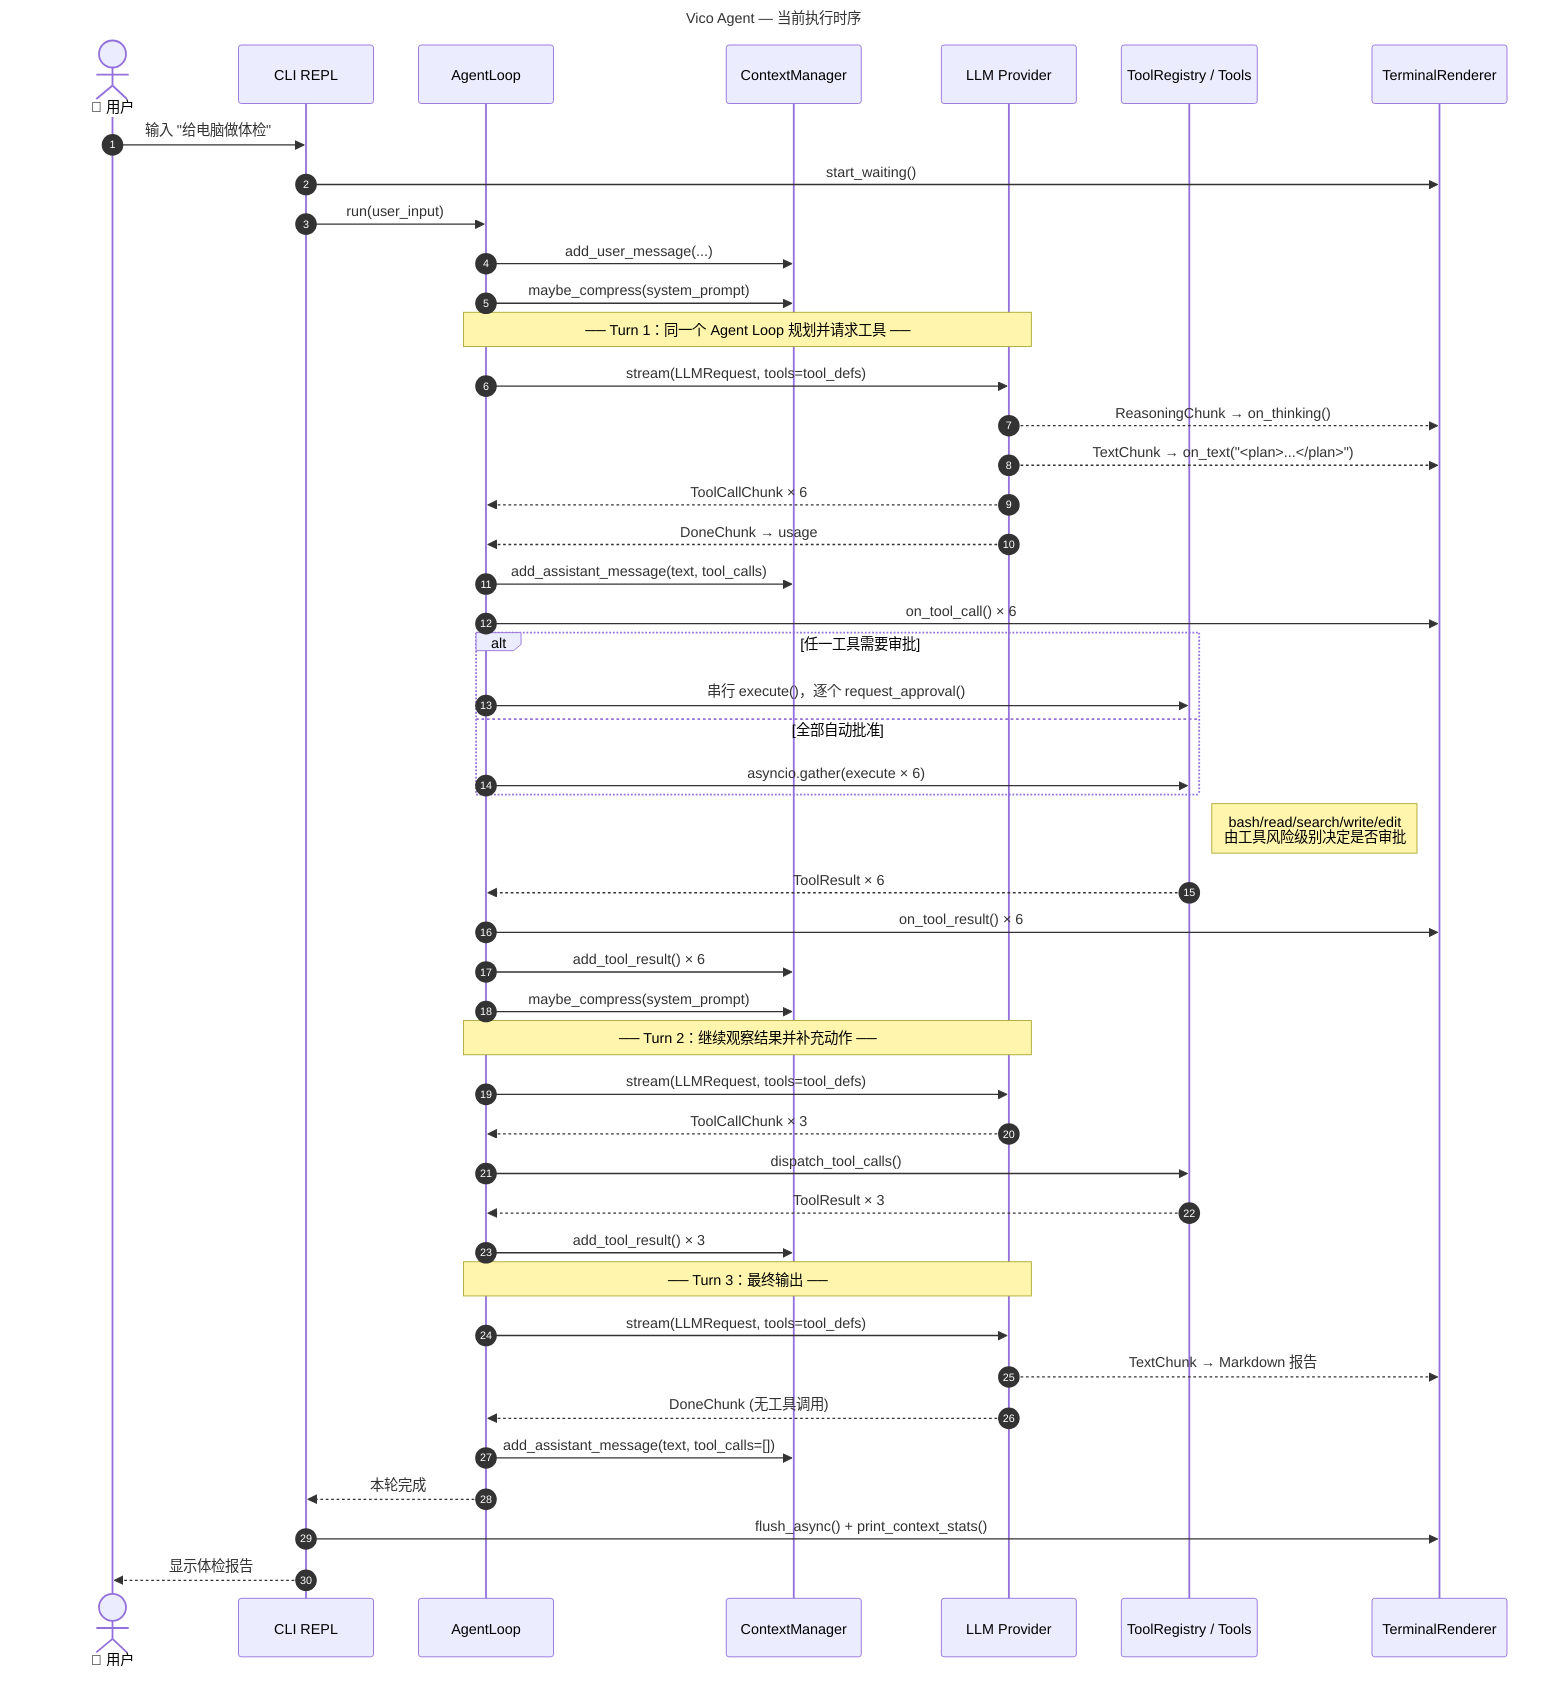
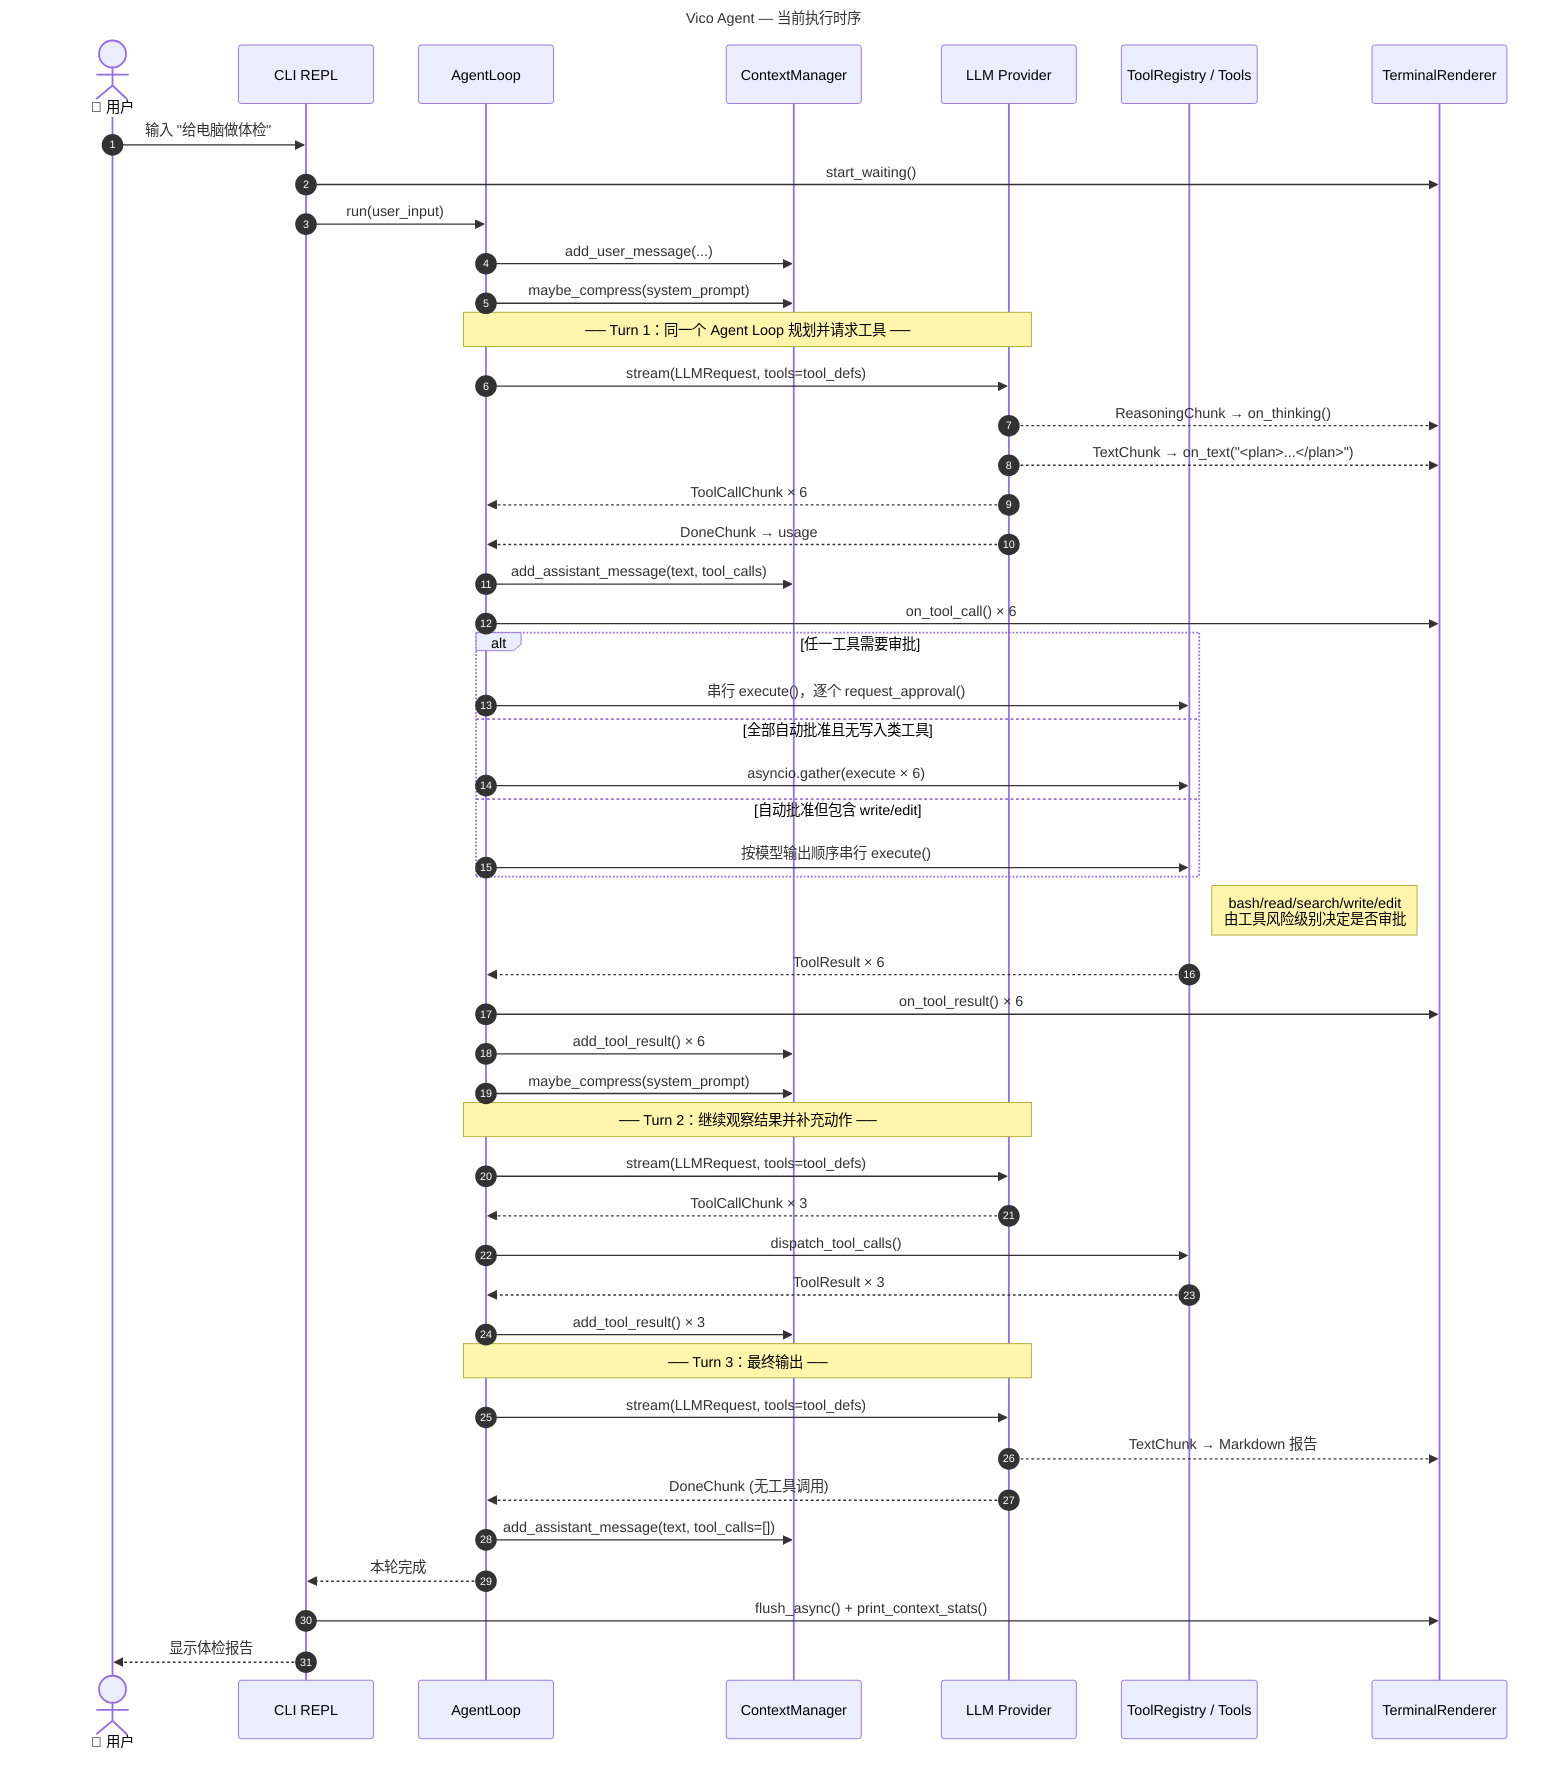
---
title: "Vico Agent — 当前执行时序"
---
sequenceDiagram
    autonumber

    actor U as 👤 用户
    participant REPL as CLI REPL
    participant AL as AgentLoop
    participant CTX as ContextManager
    participant LLM as LLM Provider
    participant TK as ToolRegistry / Tools
    participant UI as TerminalRenderer

    U->>REPL: 输入 "给电脑做体检"
    REPL->>UI: start_waiting()
    REPL->>AL: run(user_input)
    AL->>CTX: add_user_message(...)
    AL->>CTX: maybe_compress(system_prompt)

    Note over AL,LLM: ── Turn 1：同一个 Agent Loop 规划并请求工具 ──

    AL->>LLM: stream(LLMRequest, tools=tool_defs)
    LLM-->>UI: ReasoningChunk → on_thinking()
    LLM-->>UI: TextChunk → on_text("<plan>...</plan>")
    LLM-->>AL: ToolCallChunk × 6
    LLM-->>AL: DoneChunk → usage
    AL->>CTX: add_assistant_message(text, tool_calls)
    AL->>UI: on_tool_call() × 6

    alt 任一工具需要审批
        AL->>TK: 串行 execute()，逐个 request_approval()
-     else 全部自动批准
+     else 全部自动批准且无写入类工具
        AL->>TK: asyncio.gather(execute × 6)
+     else 自动批准但包含 write/edit
+         AL->>TK: 按模型输出顺序串行 execute()
    end

    Note right of TK: bash/read/search/write/edit<br/>由工具风险级别决定是否审批
    TK-->>AL: ToolResult × 6
    AL->>UI: on_tool_result() × 6
    AL->>CTX: add_tool_result() × 6
    AL->>CTX: maybe_compress(system_prompt)

    Note over AL,LLM: ── Turn 2：继续观察结果并补充动作 ──

    AL->>LLM: stream(LLMRequest, tools=tool_defs)
    LLM-->>AL: ToolCallChunk × 3
    AL->>TK: dispatch_tool_calls()
    TK-->>AL: ToolResult × 3
    AL->>CTX: add_tool_result() × 3

    Note over AL,LLM: ── Turn 3：最终输出 ──

    AL->>LLM: stream(LLMRequest, tools=tool_defs)
    LLM-->>UI: TextChunk → Markdown 报告
    LLM-->>AL: DoneChunk (无工具调用)
    AL->>CTX: add_assistant_message(text, tool_calls=[])
    AL-->>REPL: 本轮完成
    REPL->>UI: flush_async() + print_context_stats()
    REPL-->>U: 显示体检报告
